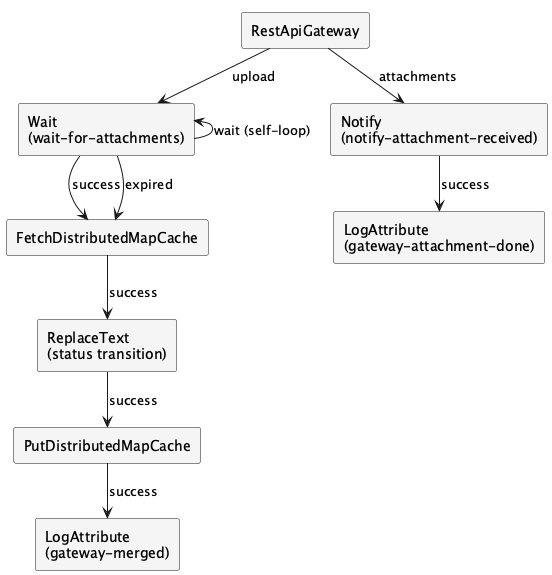
cuioss/nifi-extensions keeps this PlantUML diagram as doc/plantuml/attachment-flow.png. Above is the earlier version. Its diagram source:
```plantuml
@startuml
!pragma layout smetana
skinparam rectangleBackgroundColor #f5f5f5

rectangle "RestApiGateway" as gw
rectangle "Wait\n(wait-for-attachments)" as wait
rectangle "Notify\n(notify-attachment-received)" as notify
rectangle "FetchDistributedMapCache" as fetch
rectangle "ReplaceText\n(status transition)" as replace
rectangle "PutDistributedMapCache" as put
rectangle "LogAttribute\n(gateway-merged)" as logMerged
rectangle "LogAttribute\n(gateway-attachment-done)" as logAttach

gw -down-> wait : upload
gw -down-> notify : attachments
wait -left-> wait : wait (self-loop)
wait -down-> fetch : success
wait -down-> fetch : expired
notify -down-> logAttach : success
fetch -down-> replace : success
replace -down-> put : success
put -down-> logMerged : success
@enduml
```
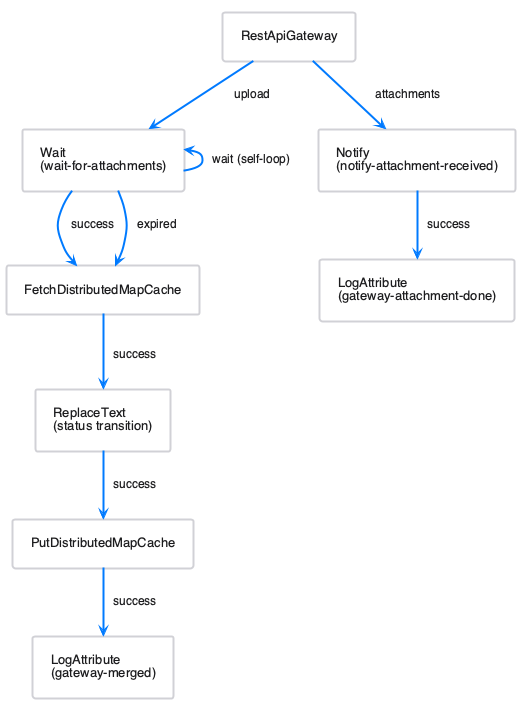
After the commit.

The edit, as a diff of the source:
```diff
@@ -1,6 +1,6 @@
 @startuml
+!include plantuml.skin
 !pragma layout smetana
-skinparam rectangleBackgroundColor #f5f5f5
 
 rectangle "RestApiGateway" as gw
 rectangle "Wait\n(wait-for-attachments)" as wait
```
